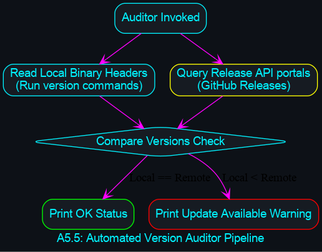
The Graphviz diagram diagrams/compilations/pipeline_version_check.png in danindiana/hybrid-framework, before a commit. Its source is kept beside it as diagrams/compilations/pipeline_version_check.dot.
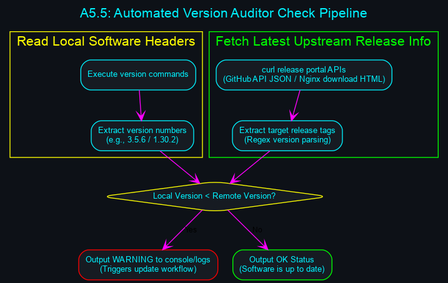
Above is the later version.

What changed in the source:
```diff
@@ -1,19 +1,32 @@
 digraph PipeVersionCheck {
-        graph [bgcolor="#0d1117", fontname="Helvetica", fontcolor="#00f2ff", label="A5.5: Automated Version Auditor Pipeline"];
-        node [shape=box, style="filled,rounded", color="#00f2ff", fontcolor="#00f2ff", fillcolor="#161b22", fontname="Helvetica"];
-        edge [color="#ff00ff", arrowhead=vee];
+        graph [bgcolor="#0d1117", fontname="Helvetica", fontcolor="#00f2ff", label="A5.5: Automated Version Auditor Check Pipeline", labelloc="t", fontsize=16];
+        node [shape=box, style="filled,rounded", color="#00f2ff", fontcolor="#00f2ff", fillcolor="#161b22", fontname="Helvetica", fontsize=10];
+        edge [color="#ff00ff", arrowhead=vee, fontname="Helvetica", fontsize=9];
 
-        Trigger [label="Auditor Invoked"];
-        Get_Local [label="Read Local Binary Headers\n(Run version commands)"];
-        Get_Remote [label="Query Release API portals\n(GitHub Releases)", color="#ffff00"];
-        Compare_Logic [label="Compare Versions Check", shape=diamond];
-        Report_OK [label="Print OK Status", color="#00ff00"];
-        Report_Alert [label="Print Update Available Warning", color="#ff0000"];
+        subgraph cluster_local_audit {
+            label = "Read Local Software Headers";
+            color = "#ffff00";
+            fontcolor = "#ffff00";
+            Exec_Local [label="Execute version commands"];
+            Parse_Local [label="Extract version numbers\n(e.g., 3.5.6 / 1.30.2)"];
+            Exec_Local -> Parse_Local;
+        }
 
-        Trigger -> Get_Local;
-        Trigger -> Get_Remote;
-        Get_Local -> Compare_Logic;
-        Get_Remote -> Compare_Logic;
-        Compare_Logic -> Report_OK [label="Local == Remote"];
-        Compare_Logic -> Report_Alert [label="Local < Remote"];
+        subgraph cluster_remote_audit {
+            label = "Fetch Latest Upstream Release Info";
+            color = "#00ff00";
+            fontcolor = "#00ff00";
+            Curl_Remote [label="curl release portal APIs\n(GitHub API JSON / Nginx download HTML)"];
+            Parse_Remote [label="Extract target release tags\n(Regex version parsing)"];
+            Curl_Remote -> Parse_Remote;
+        }
+
+        Compare_Check [label="Local Version < Remote Version?", shape=diamond, color="#ffff00"];
+        Alert_Warning [label="Output WARNING to console/logs\n(Triggers update workflow)", color="#ff0000"];
+        Success_Report [label="Output OK Status\n(Software is up to date)", color="#00ff00"];
+
+        Parse_Local -> Compare_Check;
+        Parse_Remote -> Compare_Check;
+        Compare_Check -> Alert_Warning [label="Yes"];
+        Compare_Check -> Success_Report [label="No"];
     }
```
